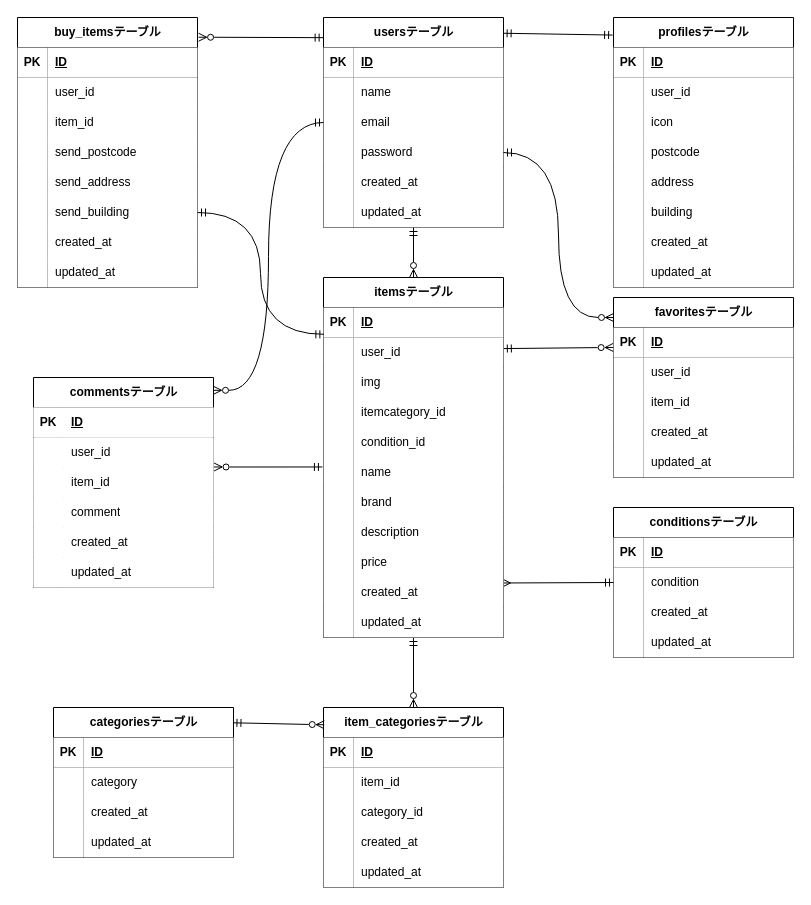
This is src/design/er.drawio from hisano-satomi/flea-market, a draw.io file, before an edit. Source tidied: cells renumbered, new cells numbered last; positions are measured from the earlier drawing's top-left corner, leaving out a move shared by most shapes. Both pictures are drawn from the tidied source at 100%, with x=0, y=0 at pixel (17, 17).
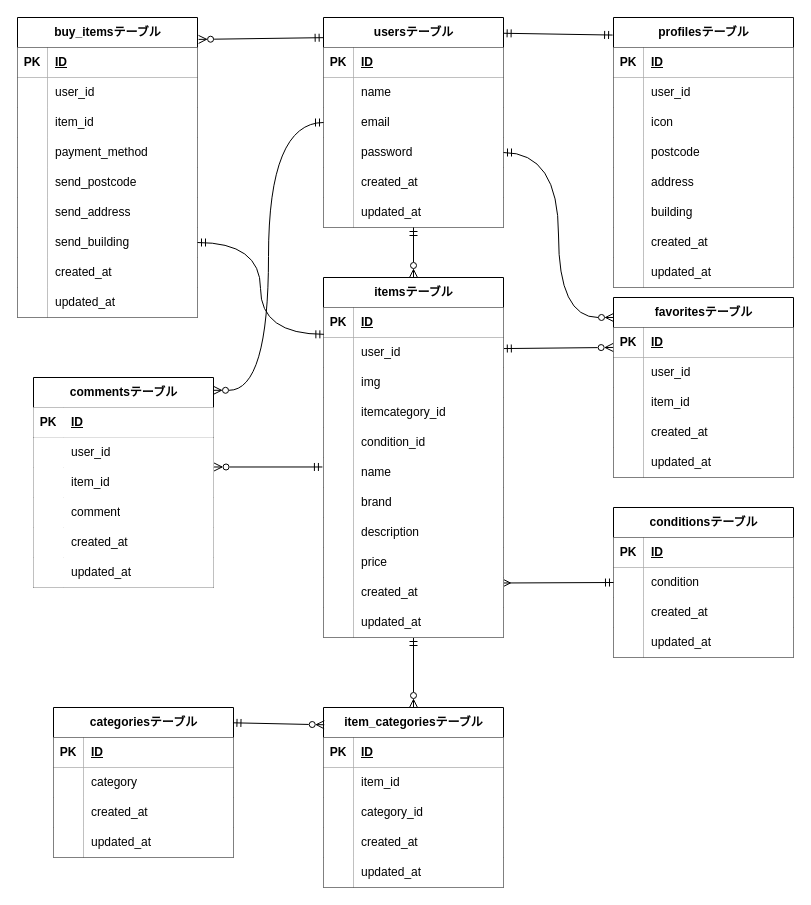
The same diagram, later.

Diff of the diagram source:
```diff
@@
     <mxCell id="21" value="buy_itemsテーブル" style="shape=table;startSize=30;childLayout=tableLayout;rowLines=0;fontStyle=1;align=center;html=1;fillColor=default;" parent="1" vertex="1">
-      <mxGeometry width="180" height="270" as="geometry" />
+      <mxGeometry width="180" height="300" as="geometry" />
     </mxCell>
@@
+    <mxCell id="193" style="shape=tableRow;horizontal=0;startSize=0;swimlaneHead=0;swimlaneBody=0;fillColor=none;top=0;left=0;right=0;bottom=0;" parent="21" vertex="1">
+      <mxGeometry y="120" width="180" height="30" as="geometry" />
+    </mxCell>
+    <mxCell id="194" style="shape=partialRectangle;fillColor=default;top=0;left=0;bottom=0;right=0;overflow=hidden;whiteSpace=wrap;html=1;" parent="193" vertex="1">
+      <mxGeometry width="30" height="30" as="geometry" />
+    </mxCell>
+    <mxCell id="195" value="payment_method" style="shape=partialRectangle;fillColor=default;top=0;left=0;bottom=0;right=0;align=left;spacingLeft=6;overflow=hidden;whiteSpace=wrap;html=1;" parent="193" vertex="1">
+      <mxGeometry x="30" width="150" height="30" as="geometry" />
+    </mxCell>
     <mxCell id="31" style="shape=tableRow;horizontal=0;startSize=0;swimlaneHead=0;swimlaneBody=0;fillColor=none;top=0;left=0;right=0;bottom=0;" parent="21" vertex="1">
-      <mxGeometry y="120" width="180" height="30" as="geometry" />
+      <mxGeometry y="150" width="180" height="30" as="geometry" />
     </mxCell>
@@
     <mxCell id="34" style="shape=tableRow;horizontal=0;startSize=0;swimlaneHead=0;swimlaneBody=0;fillColor=none;top=0;left=0;right=0;bottom=0;" parent="21" vertex="1">
-      <mxGeometry y="150" width="180" height="30" as="geometry" />
+      <mxGeometry y="180" width="180" height="30" as="geometry" />
     </mxCell>
@@
     <mxCell id="37" style="shape=tableRow;horizontal=0;startSize=0;swimlaneHead=0;swimlaneBody=0;fillColor=none;points=[[0,0.5],[1,0.5]];portConstraint=eastwest;top=0;left=0;right=0;bottom=0;" parent="21" vertex="1">
-      <mxGeometry y="180" width="180" height="30" as="geometry" />
+      <mxGeometry y="210" width="180" height="30" as="geometry" />
     </mxCell>
@@
     <mxCell id="40" style="shape=tableRow;horizontal=0;startSize=0;swimlaneHead=0;swimlaneBody=0;fillColor=none;top=0;left=0;right=0;bottom=0;" parent="21" vertex="1">
-      <mxGeometry y="210" width="180" height="30" as="geometry" />
+      <mxGeometry y="240" width="180" height="30" as="geometry" />
     </mxCell>
@@
     <mxCell id="43" style="shape=tableRow;horizontal=0;startSize=0;swimlaneHead=0;swimlaneBody=0;fillColor=none;top=0;left=0;right=0;bottom=0;" parent="21" vertex="1">
-      <mxGeometry y="240" width="180" height="30" as="geometry" />
+      <mxGeometry y="270" width="180" height="30" as="geometry" />
     </mxCell>
```
